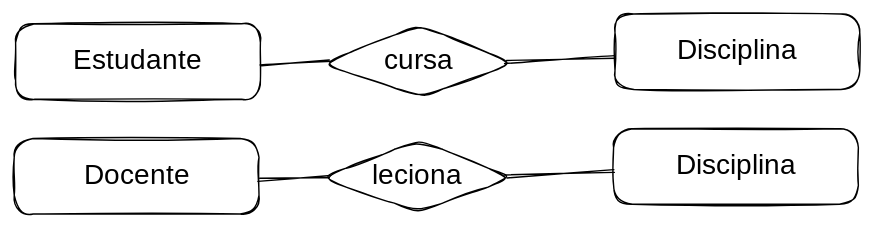
Before: .gitbook/assets/file.excalidraw (3).svg, a diagram exported from Excalidraw (francojoao/gb-banco-de-dados). Source tidied: one line per element, renumbered; positions are measured from the earlier drawing's top-left corner, leaving out a move shared by most shapes. The source it was exported from:
```json
{"id": 0, "type": "rectangle", "strokeColor": "#000000", "strokeWidth": 1, "roughness": 1, "round": true, "x": 1, "y": 7, "width": 175, "height": 54}
{"id": 1, "type": "text", "text": "Estudante", "strokeColor": "#000000", "strokeWidth": 1, "roughness": 1, "fontSize": 20, "fontFamily": 1, "textAlign": "center", "verticalAlign": "middle", "inside": 0, "x": 36, "y": 22, "width": 105, "height": 23}
{"id": 2, "type": "rectangle", "strokeColor": "#000000", "strokeWidth": 1, "roughness": 1, "round": true, "x": 430, "y": 0, "width": 175, "height": 54}
{"id": 3, "type": "text", "text": "Disciplina", "strokeColor": "#000000", "strokeWidth": 1, "roughness": 1, "fontSize": 20, "fontFamily": 1, "textAlign": "center", "verticalAlign": "middle", "inside": 2, "x": 472, "y": 15, "width": 89, "height": 23}
{"id": 4, "type": "diamond", "strokeColor": "#000000", "strokeWidth": 1, "roughness": 1, "round": true, "x": 221, "y": 8, "width": 136, "height": 52}
{"id": 5, "type": "text", "text": "cursa", "strokeColor": "#000000", "strokeWidth": 1, "roughness": 1, "fontSize": 20, "fontFamily": 1, "textAlign": "center", "verticalAlign": "middle", "inside": 4, "x": 261, "y": 22, "width": 56, "height": 23}
{"id": 6, "type": "line", "strokeColor": "#000000", "strokeWidth": 1, "roughness": 1, "round": true, "x": 176, "y": 36, "width": 50, "height": 2, "points": [[0, 0], [50, -2]]}
{"id": 7, "type": "line", "strokeColor": "#000000", "strokeWidth": 1, "roughness": 1, "round": true, "x": 352, "y": 34, "width": 77, "height": 3, "points": [[0, 0], [77, -3]]}
{"id": 8, "type": "rectangle", "strokeColor": "#000000", "strokeWidth": 1, "roughness": 1, "round": true, "x": 0, "y": 89, "width": 175, "height": 54}
{"id": 9, "type": "text", "text": "Docente", "strokeColor": "#000000", "strokeWidth": 1, "roughness": 1, "fontSize": 20, "fontFamily": 1, "textAlign": "center", "verticalAlign": "middle", "inside": 8, "x": 47, "y": 104, "width": 81, "height": 23}
{"id": 10, "type": "rectangle", "strokeColor": "#000000", "strokeWidth": 1, "roughness": 1, "round": true, "x": 428, "y": 82, "width": 175, "height": 54}
{"id": 11, "type": "text", "text": "Disciplina", "strokeColor": "#000000", "strokeWidth": 1, "roughness": 1, "fontSize": 20, "fontFamily": 1, "textAlign": "center", "verticalAlign": "middle", "inside": 10, "x": 472, "y": 97, "width": 89, "height": 23}
{"id": 12, "type": "diamond", "strokeColor": "#000000", "strokeWidth": 1, "roughness": 1, "round": true, "x": 220, "y": 90, "width": 136, "height": 52}
{"id": 13, "type": "text", "text": "leciona", "strokeColor": "#000000", "strokeWidth": 1, "roughness": 1, "fontSize": 20, "fontFamily": 1, "textAlign": "center", "verticalAlign": "middle", "inside": 12, "x": 255, "y": 104, "width": 66, "height": 23}
{"id": 14, "type": "line", "strokeColor": "#000000", "strokeWidth": 1, "roughness": 1, "round": true, "x": 175, "y": 118, "width": 50, "height": 2, "points": [[0, 0], [50, -2]]}
{"id": 15, "type": "line", "strokeColor": "#000000", "strokeWidth": 1, "roughness": 1, "round": true, "x": 351, "y": 116, "width": 77, "height": 3, "points": [[0, 0], [77, -3]]}
```
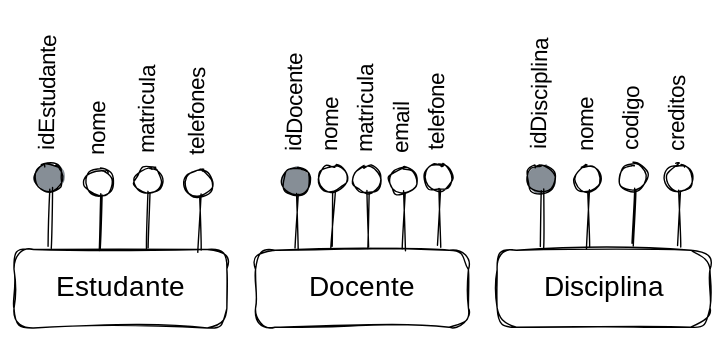
Above is the later version.

What changed in the source:
```diff
@@ -1,16 +1,45 @@
-{"id": 0, "type": "rectangle", "strokeColor": "#000000", "strokeWidth": 1, "roughness": 1, "round": true, "x": 1, "y": 7, "width": 175, "height": 54}
+{"id": 16, "type": "rectangle", "strokeColor": "#000000", "strokeWidth": 1, "roughness": 2, "round": true, "x": -154, "y": 248, "width": 152, "height": 56}
-{"id": 1, "type": "text", "text": "Estudante", "strokeColor": "#000000", "strokeWidth": 1, "roughness": 1, "fontSize": 20, "fontFamily": 1, "textAlign": "center", "verticalAlign": "middle", "inside": 0, "x": 36, "y": 22, "width": 105, "height": 23}
+{"id": 1, "type": "text", "text": "Estudante", "strokeColor": "#000000", "strokeWidth": 1, "roughness": 1, "fontSize": 20, "fontFamily": 1, "textAlign": "center", "verticalAlign": "middle", "inside": 16, "x": -131, "y": 264, "width": 105, "height": 25}
-{"id": 2, "type": "rectangle", "strokeColor": "#000000", "strokeWidth": 1, "roughness": 1, "round": true, "x": 430, "y": 0, "width": 175, "height": 54}
-{"id": 3, "type": "text", "text": "Disciplina", "strokeColor": "#000000", "strokeWidth": 1, "roughness": 1, "fontSize": 20, "fontFamily": 1, "textAlign": "center", "verticalAlign": "middle", "inside": 2, "x": 472, "y": 15, "width": 89, "height": 23}
-{"id": 4, "type": "diamond", "strokeColor": "#000000", "strokeWidth": 1, "roughness": 1, "round": true, "x": 221, "y": 8, "width": 136, "height": 52}
-{"id": 5, "type": "text", "text": "cursa", "strokeColor": "#000000", "strokeWidth": 1, "roughness": 1, "fontSize": 20, "fontFamily": 1, "textAlign": "center", "verticalAlign": "middle", "inside": 4, "x": 261, "y": 22, "width": 56, "height": 23}
-{"id": 6, "type": "line", "strokeColor": "#000000", "strokeWidth": 1, "roughness": 1, "round": true, "x": 176, "y": 36, "width": 50, "height": 2, "points": [[0, 0], [50, -2]]}
-{"id": 7, "type": "line", "strokeColor": "#000000", "strokeWidth": 1, "roughness": 1, "round": true, "x": 352, "y": 34, "width": 77, "height": 3, "points": [[0, 0], [77, -3]]}
-{"id": 8, "type": "rectangle", "strokeColor": "#000000", "strokeWidth": 1, "roughness": 1, "round": true, "x": 0, "y": 89, "width": 175, "height": 54}
+{"id": 17, "type": "rectangle", "strokeColor": "#000000", "strokeWidth": 1, "roughness": 2, "round": true, "x": 18, "y": 248, "width": 152, "height": 55}
-{"id": 9, "type": "text", "text": "Docente", "strokeColor": "#000000", "strokeWidth": 1, "roughness": 1, "fontSize": 20, "fontFamily": 1, "textAlign": "center", "verticalAlign": "middle", "inside": 8, "x": 47, "y": 104, "width": 81, "height": 23}
+{"id": 9, "type": "text", "text": "Docente", "strokeColor": "#000000", "strokeWidth": 1, "roughness": 1, "fontSize": 20, "fontFamily": 1, "textAlign": "center", "verticalAlign": "middle", "inside": 17, "x": 54, "y": 264, "width": 81, "height": 25}
-{"id": 10, "type": "rectangle", "strokeColor": "#000000", "strokeWidth": 1, "roughness": 1, "round": true, "x": 428, "y": 82, "width": 175, "height": 54}
-{"id": 11, "type": "text", "text": "Disciplina", "strokeColor": "#000000", "strokeWidth": 1, "roughness": 1, "fontSize": 20, "fontFamily": 1, "textAlign": "center", "verticalAlign": "middle", "inside": 10, "x": 472, "y": 97, "width": 89, "height": 23}
-{"id": 12, "type": "diamond", "strokeColor": "#000000", "strokeWidth": 1, "roughness": 1, "round": true, "x": 220, "y": 90, "width": 136, "height": 52}
-{"id": 13, "type": "text", "text": "leciona", "strokeColor": "#000000", "strokeWidth": 1, "roughness": 1, "fontSize": 20, "fontFamily": 1, "textAlign": "center", "verticalAlign": "middle", "inside": 12, "x": 255, "y": 104, "width": 66, "height": 23}
-{"id": 14, "type": "line", "strokeColor": "#000000", "strokeWidth": 1, "roughness": 1, "round": true, "x": 175, "y": 118, "width": 50, "height": 2, "points": [[0, 0], [50, -2]]}
-{"id": 15, "type": "line", "strokeColor": "#000000", "strokeWidth": 1, "roughness": 1, "round": true, "x": 351, "y": 116, "width": 77, "height": 3, "points": [[0, 0], [77, -3]]}
+{"id": 18, "type": "rectangle", "strokeColor": "#000000", "strokeWidth": 1, "roughness": 2, "round": true, "x": 190, "y": 248, "width": 152, "height": 55}
+{"id": 19, "type": "text", "text": "Disciplina", "strokeColor": "#000000", "strokeWidth": 1, "roughness": 1, "fontSize": 20, "fontFamily": 1, "textAlign": "center", "verticalAlign": "middle", "inside": 18, "x": 222, "y": 264, "width": 89, "height": 25}
+{"id": 20, "type": "ellipse", "strokeColor": "#000000", "backgroundColor": "#868e96", "fillStyle": "solid", "strokeWidth": 1, "roughness": 1, "round": true, "x": -139, "y": 187, "width": 20, "height": 19}
+{"id": 21, "type": "line", "strokeColor": "#000000", "backgroundColor": "#868e96", "fillStyle": "solid", "strokeWidth": 1, "roughness": 1, "round": true, "x": -128, "y": 206, "width": 1, "height": 40, "points": [[0, 0], [-1, 40]]}
+{"id": 22, "type": "text", "text": "idEstudante", "strokeColor": "#000000", "angle": 4.73, "backgroundColor": "#868e96", "fillStyle": "solid", "strokeWidth": 1, "roughness": 1, "fontSize": 16, "fontFamily": 1, "x": -178, "y": 119, "width": 97, "height": 20}
+{"id": 23, "type": "ellipse", "strokeColor": "#000000", "strokeWidth": 1, "roughness": 1, "round": true, "x": -103, "y": 190, "width": 20, "height": 19}
+{"id": 24, "type": "line", "strokeColor": "#000000", "backgroundColor": "#868e96", "fillStyle": "solid", "strokeWidth": 1, "roughness": 1, "round": true, "x": -93, "y": 209, "width": 1, "height": 40, "points": [[0, 0], [-1, 40]]}
+{"id": 25, "type": "text", "text": "nome", "strokeColor": "#000000", "angle": 4.73, "backgroundColor": "#868e96", "fillStyle": "solid", "strokeWidth": 1, "roughness": 1, "fontSize": 16, "fontFamily": 1, "x": -112, "y": 152, "width": 37, "height": 20}
+{"id": 26, "type": "ellipse", "strokeColor": "#000000", "strokeWidth": 1, "roughness": 1, "round": true, "x": -68, "y": 189, "width": 20, "height": 19}
+{"id": 27, "type": "line", "strokeColor": "#000000", "backgroundColor": "#868e96", "fillStyle": "solid", "strokeWidth": 1, "roughness": 1, "round": true, "x": -57, "y": 207, "width": 1, "height": 40, "points": [[0, 0], [-1, 40]]}
+{"id": 28, "type": "text", "text": "matricula", "strokeColor": "#000000", "angle": 4.73, "backgroundColor": "#868e96", "fillStyle": "solid", "strokeWidth": 1, "roughness": 1, "fontSize": 16, "fontFamily": 1, "x": -95, "y": 132, "width": 74, "height": 20}
+{"id": 29, "type": "ellipse", "strokeColor": "#000000", "strokeWidth": 1, "roughness": 1, "round": true, "x": -33, "y": 191, "width": 20, "height": 19}
+{"id": 30, "type": "line", "strokeColor": "#000000", "backgroundColor": "#868e96", "fillStyle": "solid", "strokeWidth": 1, "roughness": 1, "round": true, "x": -22, "y": 209, "width": 1, "height": 40, "points": [[0, 0], [-1, 40]]}
+{"id": 31, "type": "text", "text": "telefones", "strokeColor": "#000000", "angle": 4.73, "backgroundColor": "#868e96", "fillStyle": "solid", "strokeWidth": 1, "roughness": 1, "fontSize": 16, "fontFamily": 1, "x": -60, "y": 134, "width": 74, "height": 20}
+{"id": 32, "type": "ellipse", "strokeColor": "#000000", "strokeWidth": 1, "roughness": 1, "round": true, "x": 63, "y": 188, "width": 20, "height": 19}
+{"id": 33, "type": "line", "strokeColor": "#000000", "backgroundColor": "#868e96", "fillStyle": "solid", "strokeWidth": 1, "roughness": 1, "round": true, "x": 74, "y": 206, "width": 1, "height": 40, "points": [[0, 0], [-1, 40]]}
+{"id": 34, "type": "text", "text": "nome", "strokeColor": "#000000", "angle": 4.73, "backgroundColor": "#868e96", "fillStyle": "solid", "strokeWidth": 1, "roughness": 1, "fontSize": 16, "fontFamily": 1, "x": 54, "y": 149, "width": 37, "height": 20}
+{"id": 35, "type": "ellipse", "strokeColor": "#000000", "strokeWidth": 1, "roughness": 1, "round": true, "x": 88, "y": 188, "width": 20, "height": 19}
+{"id": 36, "type": "line", "strokeColor": "#000000", "backgroundColor": "#868e96", "fillStyle": "solid", "strokeWidth": 1, "roughness": 1, "round": true, "x": 99, "y": 207, "width": 1, "height": 40, "points": [[0, 0], [-1, 40]]}
+{"id": 37, "type": "text", "text": "matricula", "strokeColor": "#000000", "angle": 4.73, "backgroundColor": "#868e96", "fillStyle": "solid", "strokeWidth": 1, "roughness": 1, "fontSize": 16, "fontFamily": 1, "x": 61, "y": 131, "width": 74, "height": 20}
+{"id": 38, "type": "ellipse", "strokeColor": "#000000", "strokeWidth": 1, "roughness": 1, "round": true, "x": 139, "y": 187, "width": 20, "height": 19}
+{"id": 39, "type": "line", "strokeColor": "#000000", "backgroundColor": "#868e96", "fillStyle": "solid", "strokeWidth": 1, "roughness": 1, "round": true, "x": 149, "y": 205, "width": 1, "height": 40, "points": [[0, 0], [-1, 40]]}
+{"id": 40, "type": "text", "text": "telefone", "strokeColor": "#000000", "angle": 4.73, "backgroundColor": "#868e96", "fillStyle": "solid", "strokeWidth": 1, "roughness": 1, "fontSize": 16, "fontFamily": 1, "x": 116, "y": 134, "width": 66, "height": 20}
+{"id": 41, "type": "ellipse", "strokeColor": "#000000", "backgroundColor": "#868e96", "fillStyle": "solid", "strokeWidth": 1, "roughness": 1, "round": true, "x": 37, "y": 190, "width": 20, "height": 19}
+{"id": 42, "type": "line", "strokeColor": "#000000", "backgroundColor": "#868e96", "fillStyle": "solid", "strokeWidth": 1, "roughness": 1, "round": true, "x": 48, "y": 208, "width": 1, "height": 40, "points": [[0, 0], [-1, 40]]}
+{"id": 43, "type": "text", "text": "idDocente", "strokeColor": "#000000", "angle": 4.73, "backgroundColor": "#868e96", "fillStyle": "solid", "strokeWidth": 1, "roughness": 1, "fontSize": 16, "fontFamily": 1, "x": 8, "y": 129, "width": 78, "height": 20}
+{"id": 44, "type": "ellipse", "strokeColor": "#000000", "strokeWidth": 1, "roughness": 1, "round": true, "x": 245, "y": 188, "width": 20, "height": 19}
+{"id": 45, "type": "line", "strokeColor": "#000000", "backgroundColor": "#868e96", "fillStyle": "solid", "strokeWidth": 1, "roughness": 1, "round": true, "x": 256, "y": 206, "width": 1, "height": 40, "points": [[0, 0], [-1, 40]]}
+{"id": 46, "type": "text", "text": "nome", "strokeColor": "#000000", "angle": 4.73, "backgroundColor": "#868e96", "fillStyle": "solid", "strokeWidth": 1, "roughness": 1, "fontSize": 16, "fontFamily": 1, "x": 236, "y": 149, "width": 37, "height": 20}
+{"id": 47, "type": "ellipse", "strokeColor": "#000000", "strokeWidth": 1, "roughness": 1, "round": true, "x": 278, "y": 187, "width": 20, "height": 19}
+{"id": 48, "type": "line", "strokeColor": "#000000", "backgroundColor": "#868e96", "fillStyle": "solid", "strokeWidth": 1, "roughness": 1, "round": true, "x": 288, "y": 205, "width": 1, "height": 40, "points": [[0, 0], [-1, 40]]}
+{"id": 49, "type": "text", "text": "codigo", "strokeColor": "#000000", "angle": 4.73, "backgroundColor": "#868e96", "fillStyle": "solid", "strokeWidth": 1, "roughness": 1, "fontSize": 16, "fontFamily": 1, "x": 263, "y": 143, "width": 48, "height": 20}
+{"id": 50, "type": "ellipse", "strokeColor": "#000000", "backgroundColor": "#868e96", "fillStyle": "solid", "strokeWidth": 1, "roughness": 1, "round": true, "x": 212, "y": 188, "width": 20, "height": 19}
+{"id": 51, "type": "line", "strokeColor": "#000000", "backgroundColor": "#868e96", "fillStyle": "solid", "strokeWidth": 1, "roughness": 1, "round": true, "x": 223, "y": 206, "width": 1, "height": 40, "points": [[0, 0], [-1, 40]]}
+{"id": 52, "type": "text", "text": "idDisciplina", "strokeColor": "#000000", "angle": 4.73, "backgroundColor": "#868e96", "fillStyle": "solid", "strokeWidth": 1, "roughness": 1, "fontSize": 16, "fontFamily": 1, "x": 180, "y": 124, "width": 85, "height": 20}
+{"id": 53, "type": "ellipse", "strokeColor": "#000000", "strokeWidth": 1, "roughness": 1, "round": true, "x": 310, "y": 188, "width": 20, "height": 19}
+{"id": 54, "type": "line", "strokeColor": "#000000", "backgroundColor": "#868e96", "fillStyle": "solid", "strokeWidth": 1, "roughness": 1, "round": true, "x": 321, "y": 206, "width": 1, "height": 40, "points": [[0, 0], [-1, 40]]}
+{"id": 55, "type": "text", "text": "creditos", "strokeColor": "#000000", "angle": 4.73, "backgroundColor": "#868e96", "fillStyle": "solid", "strokeWidth": 1, "roughness": 1, "fontSize": 16, "fontFamily": 1, "x": 288, "y": 135, "width": 65, "height": 20}
+{"id": 56, "type": "ellipse", "strokeColor": "#000000", "strokeWidth": 1, "roughness": 1, "round": true, "x": 113, "y": 189, "width": 20, "height": 19}
+{"id": 57, "type": "line", "strokeColor": "#000000", "backgroundColor": "#868e96", "fillStyle": "solid", "strokeWidth": 1, "roughness": 1, "round": true, "x": 124, "y": 208, "width": 1, "height": 40, "points": [[0, 0], [-1, 40]]}
+{"id": 58, "type": "text", "text": "email", "strokeColor": "#000000", "angle": 4.73, "backgroundColor": "#868e96", "fillStyle": "solid", "strokeWidth": 1, "roughness": 1, "fontSize": 16, "fontFamily": 1, "x": 104, "y": 150, "width": 39, "height": 20}
```
